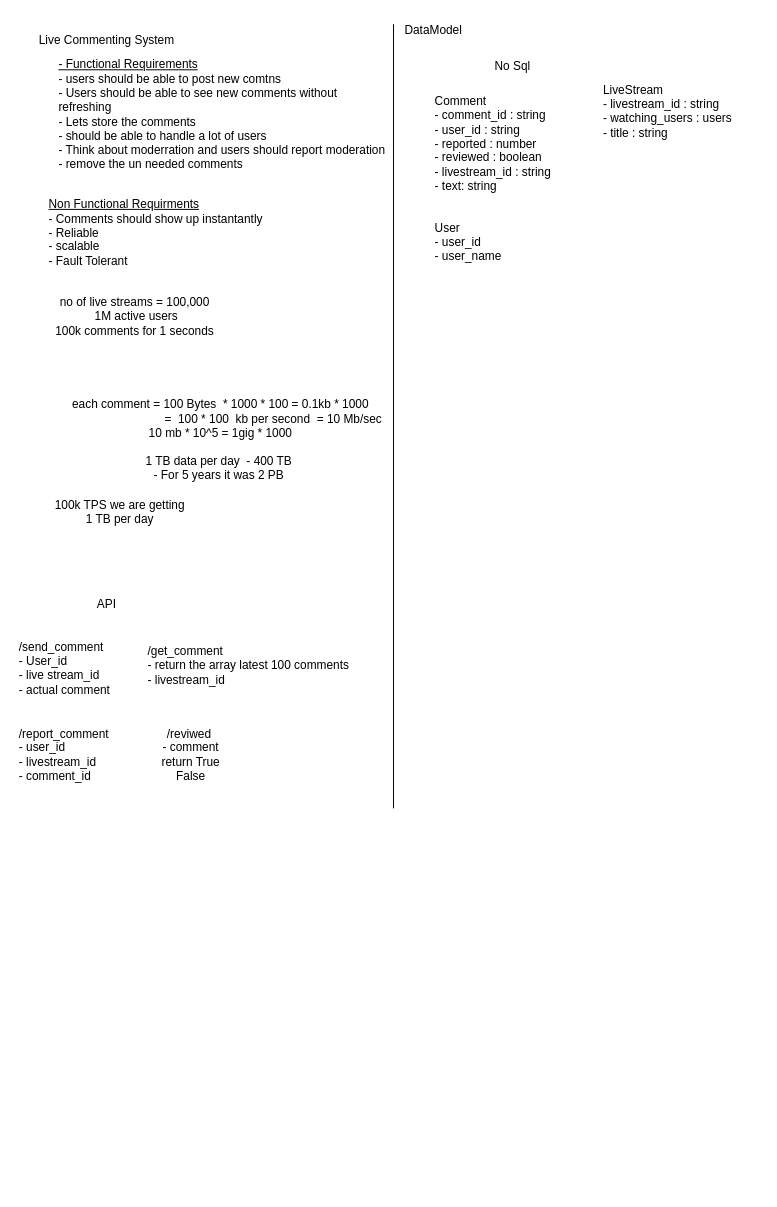
The draw.io diagram live_comments.drawio in chakri07/SystemDesignPractice, before the edit. Source tidied: cells renumbered, new cells numbered last; positions are measured from the earlier drawing's top-left corner, leaving out a move shared by most shapes. Both pictures are drawn from the tidied source at 99%, with x=0, y=0 at pixel (17, 17).
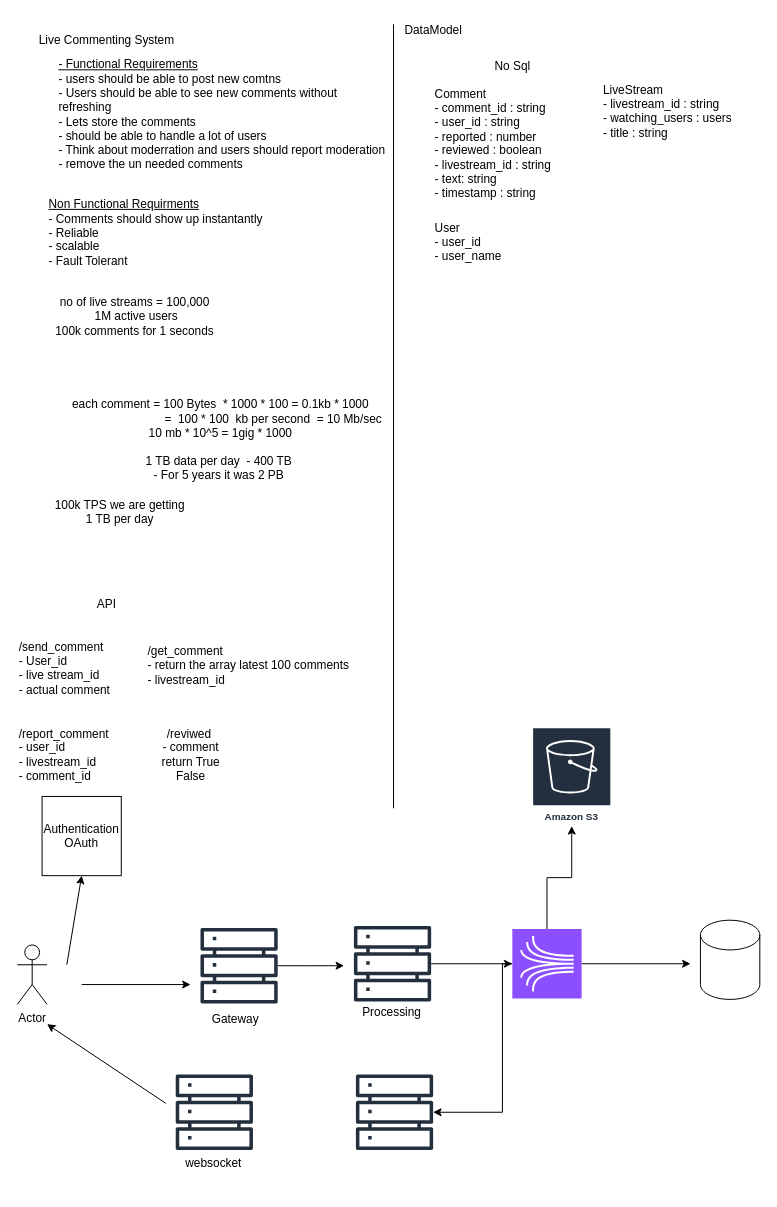
The same page after the edit.

The edit, as a diff of the source:
```diff
@@
-    <mxCell id="14" value="Comment&lt;div&gt;- comment_id : string&lt;/div&gt;&lt;div&gt;- user_id : string&amp;nbsp;&lt;/div&gt;&lt;div&gt;- reported : number&amp;nbsp;&lt;/div&gt;&lt;div&gt;- reviewed : boolean&amp;nbsp;&lt;/div&gt;&lt;div&gt;- livestream_id : string&amp;nbsp;&lt;/div&gt;&lt;div&gt;- text: string&amp;nbsp;&lt;/div&gt;&lt;div&gt;&lt;br&gt;&lt;/div&gt;&lt;div&gt;&lt;br&gt;&lt;/div&gt;" style="text;html=1;align=left;verticalAlign=middle;strokeColor=none;fillColor=none;" parent="1" vertex="1">
-      <mxGeometry x="420" y="72" width="140" height="140" as="geometry" />
+    <mxCell id="14" value="Comment&lt;div&gt;- comment_id : string&lt;/div&gt;&lt;div&gt;- user_id : string&amp;nbsp;&lt;/div&gt;&lt;div&gt;- reported : number&amp;nbsp;&lt;/div&gt;&lt;div&gt;- reviewed : boolean&amp;nbsp;&lt;/div&gt;&lt;div&gt;- livestream_id : string&amp;nbsp;&lt;/div&gt;&lt;div&gt;- text: string&amp;nbsp;&lt;/div&gt;&lt;div&gt;- timestamp : string&lt;/div&gt;&lt;div&gt;&lt;br&gt;&lt;/div&gt;&lt;div&gt;&lt;br&gt;&lt;/div&gt;" style="text;html=1;align=left;verticalAlign=middle;strokeColor=none;fillColor=none;" parent="1" vertex="1">
+      <mxGeometry x="420" y="62" width="140" height="160" as="geometry" />
     </mxCell>
@@
+    <mxCell id="19" value="Actor" style="shape=umlActor;verticalLabelPosition=bottom;verticalAlign=top;html=1;" parent="1" vertex="1">
+      <mxGeometry y="937" width="30" height="60" as="geometry" />
+    </mxCell>
+    <mxCell id="20" style="endArrow=classic;html=1;rounded=0;entryX=0.5;entryY=1;entryDx=0;entryDy=0;" parent="1" edge="1" target="21">
+      <mxGeometry relative="1" as="geometry">
+        <mxPoint x="50" y="957" as="sourcePoint" />
+      </mxGeometry>
+    </mxCell>
+    <mxCell id="21" value="Authentication&lt;div&gt;OAuth&lt;/div&gt;" style="whiteSpace=wrap;html=1;" parent="1" vertex="1">
+      <mxGeometry x="25" y="787" width="80" height="80" as="geometry" />
+    </mxCell>
+    <mxCell id="22" style="endArrow=classic;html=1;rounded=0;" parent="1" edge="1">
+      <mxGeometry relative="1" as="geometry">
+        <mxPoint x="65" y="977" as="sourcePoint" />
+        <mxPoint x="175" y="977" as="targetPoint" />
+      </mxGeometry>
+    </mxCell>
+    <mxCell id="23" style="sketch=0;fontColor=#232F3E;gradientColor=none;fillColor=#232F3D;strokeColor=none;dashed=0;verticalLabelPosition=bottom;verticalAlign=top;align=center;html=1;fontSize=12;fontStyle=0;shape=mxgraph.aws4.servers;" parent="1" vertex="1">
+      <mxGeometry x="160" y="1067" width="78" height="78" as="geometry" />
+    </mxCell>
+    <mxCell id="24" style="edgeStyle=orthogonalEdgeStyle;rounded=0;jettySize=auto;html=1;" parent="1" edge="1" source="25">
+      <mxGeometry relative="1" as="geometry">
+        <mxPoint x="330" y="958" as="targetPoint" />
+      </mxGeometry>
+    </mxCell>
+    <mxCell id="25" style="sketch=0;outlineConnect=0;fontColor=#232F3E;gradientColor=none;fillColor=#232F3D;strokeColor=none;dashed=0;verticalLabelPosition=bottom;verticalAlign=top;align=center;html=1;fontSize=12;fontStyle=0;shape=mxgraph.aws4.servers;" parent="1" vertex="1">
+      <mxGeometry x="185" y="919" width="78" height="78" as="geometry" />
+    </mxCell>
+    <mxCell id="26" value="Gateway" style="text;html=1;align=center;verticalAlign=middle;strokeColor=none;fillColor=none;" parent="1" vertex="1">
+      <mxGeometry x="185" y="997" width="70" height="30" as="geometry" />
+    </mxCell>
+    <mxCell id="27" style="endArrow=classic;html=1;rounded=0;" parent="1" edge="1">
+      <mxGeometry relative="1" as="geometry">
+        <mxPoint x="150" y="1097" as="sourcePoint" />
+        <mxPoint x="30" y="1017" as="targetPoint" />
+      </mxGeometry>
+    </mxCell>
+    <mxCell id="28" value="websocket&lt;div&gt;&lt;br&gt;&lt;/div&gt;" style="text;html=1;align=center;verticalAlign=middle;strokeColor=none;fillColor=none;" parent="1" vertex="1">
+      <mxGeometry x="158" y="1145" width="80" height="40" as="geometry" />
+    </mxCell>
+    <mxCell id="29" style="edgeStyle=orthogonalEdgeStyle;rounded=0;jettySize=auto;html=1;" parent="1" edge="1" source="30" target="36">
+      <mxGeometry relative="1" as="geometry" />
+    </mxCell>
+    <mxCell id="30" style="sketch=0;outlineConnect=0;fontColor=#232F3E;gradientColor=none;fillColor=#232F3D;strokeColor=none;dashed=0;verticalLabelPosition=bottom;verticalAlign=top;align=center;html=1;fontSize=12;fontStyle=0;shape=mxgraph.aws4.servers;" parent="1" vertex="1">
+      <mxGeometry x="340" y="917" width="78" height="78" as="geometry" />
+    </mxCell>
+    <mxCell id="31" value="Processing&lt;div&gt;&lt;br&gt;&lt;/div&gt;" style="text;html=1;align=center;verticalAlign=middle;strokeColor=none;fillColor=none;" parent="1" vertex="1">
+      <mxGeometry x="338" y="992" width="80" height="40" as="geometry" />
+    </mxCell>
+    <mxCell id="32" style="sketch=0;outlineConnect=0;fontColor=#232F3E;gradientColor=none;fillColor=#232F3D;strokeColor=none;dashed=0;verticalLabelPosition=bottom;verticalAlign=top;align=center;html=1;fontSize=12;fontStyle=0;shape=mxgraph.aws4.servers;" parent="1" vertex="1">
+      <mxGeometry x="342" y="1067" width="78" height="78" as="geometry" />
+    </mxCell>
+    <mxCell id="33" style="edgeStyle=orthogonalEdgeStyle;rounded=0;jettySize=auto;html=1;" parent="1" edge="1" source="36" target="37">
+      <mxGeometry relative="1" as="geometry" />
+    </mxCell>
+    <mxCell id="34" style="edgeStyle=orthogonalEdgeStyle;rounded=0;jettySize=auto;html=1;" parent="1" edge="1" source="36" target="32">
+      <mxGeometry relative="1" as="geometry">
+        <Array as="points">
+          <mxPoint x="490" y="1106" />
+        </Array>
+      </mxGeometry>
+    </mxCell>
+    <mxCell id="35" style="edgeStyle=orthogonalEdgeStyle;rounded=0;jettySize=auto;html=1;exitX=1;exitY=0.5;exitDx=0;exitDy=0;exitPerimeter=0;" parent="1" edge="1" source="36">
+      <mxGeometry relative="1" as="geometry">
+        <mxPoint x="680" y="956" as="targetPoint" />
+      </mxGeometry>
+    </mxCell>
+    <mxCell id="36" style="sketch=0;points=[[0,0,0],[0.25,0,0],[0.5,0,0],[0.75,0,0],[1,0,0],[0,1,0],[0.25,1,0],[0.5,1,0],[0.75,1,0],[1,1,0],[0,0.25,0],[0,0.5,0],[0,0.75,0],[1,0.25,0],[1,0.5,0],[1,0.75,0]];outlineConnect=0;fontColor=#232F3E;fillColor=#8C4FFF;strokeColor=#ffffff;dashed=0;verticalLabelPosition=bottom;verticalAlign=top;align=center;html=1;fontSize=12;fontStyle=0;shape=mxgraph.aws4.resourceIcon;resIcon=mxgraph.aws4.kinesis;" parent="1" vertex="1">
+      <mxGeometry x="500" y="921" width="70" height="70" as="geometry" />
+    </mxCell>
+    <mxCell id="37" value="Amazon S3" style="sketch=0;outlineConnect=0;fontColor=#232F3E;gradientColor=none;strokeColor=#ffffff;fillColor=#232F3E;dashed=0;verticalLabelPosition=middle;verticalAlign=bottom;align=center;html=1;whiteSpace=wrap;fontSize=10;fontStyle=1;spacing=3;shape=mxgraph.aws4.productIcon;prIcon=mxgraph.aws4.s3;" parent="1" vertex="1">
+      <mxGeometry x="520" y="717" width="80" height="100" as="geometry" />
+    </mxCell>
+    <mxCell id="38" style="shape=cylinder3;whiteSpace=wrap;html=1;boundedLbl=1;backgroundOutline=1;size=15;" parent="1" vertex="1">
+      <mxGeometry x="690" y="912" width="60" height="80" as="geometry" />
+    </mxCell>
```
